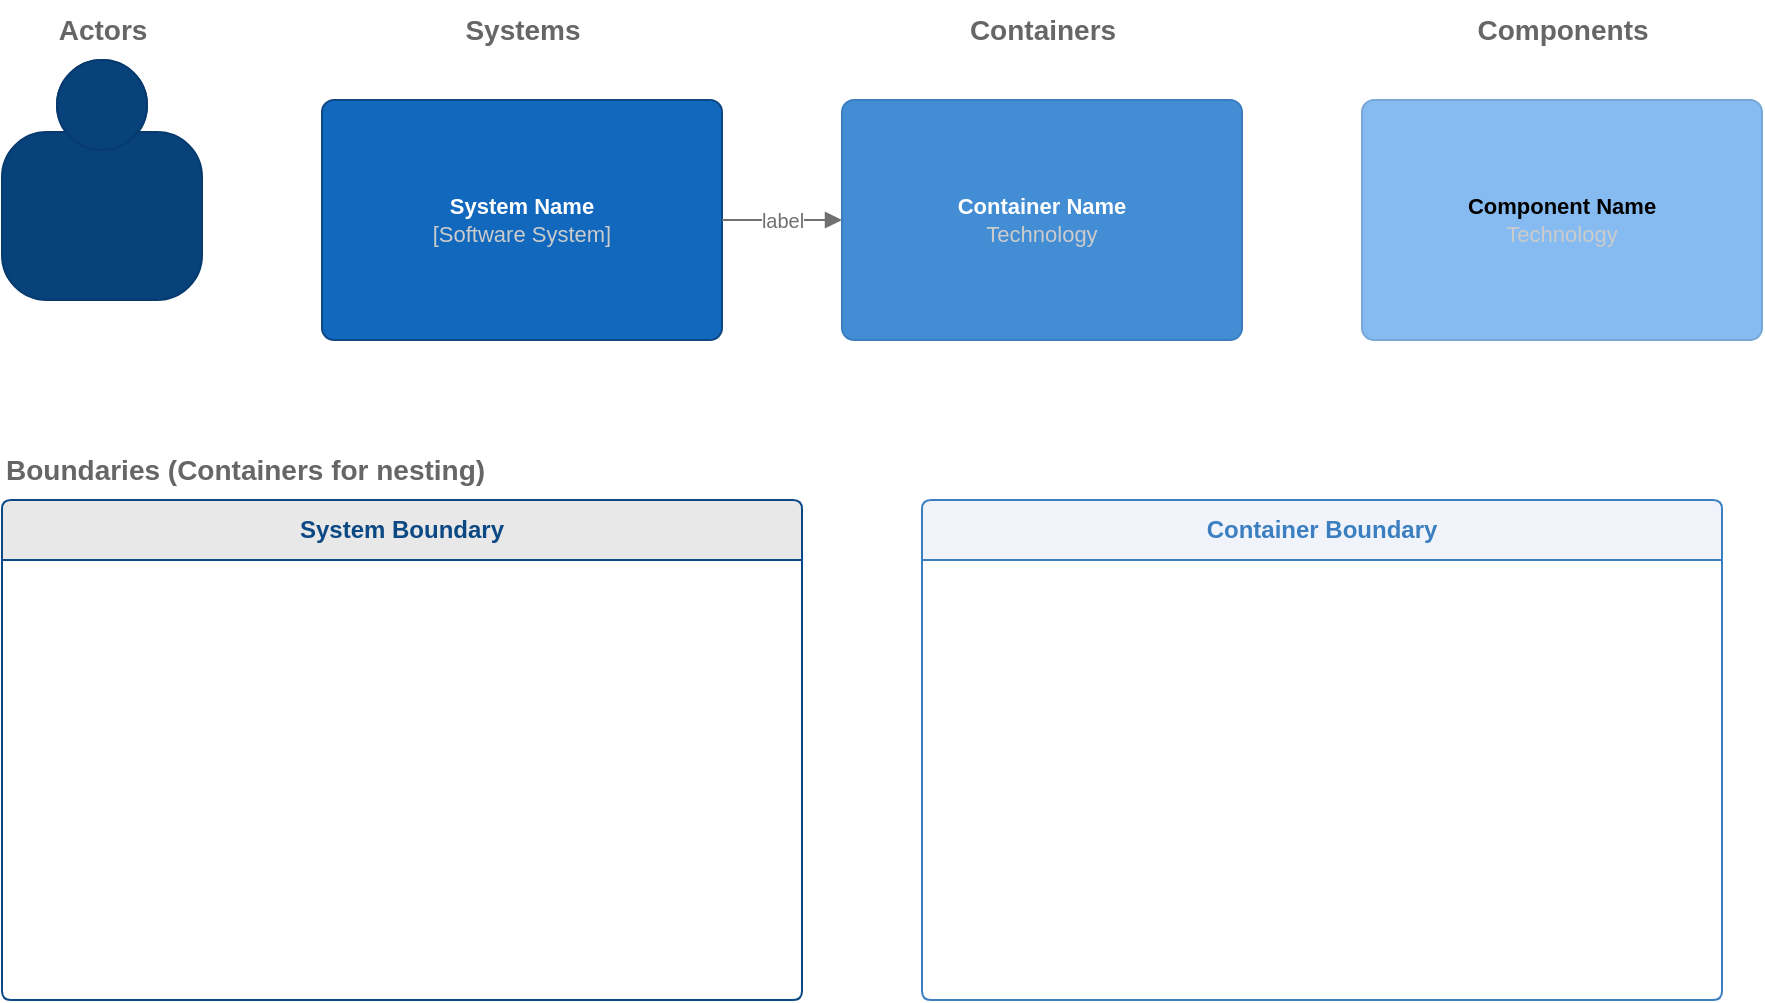
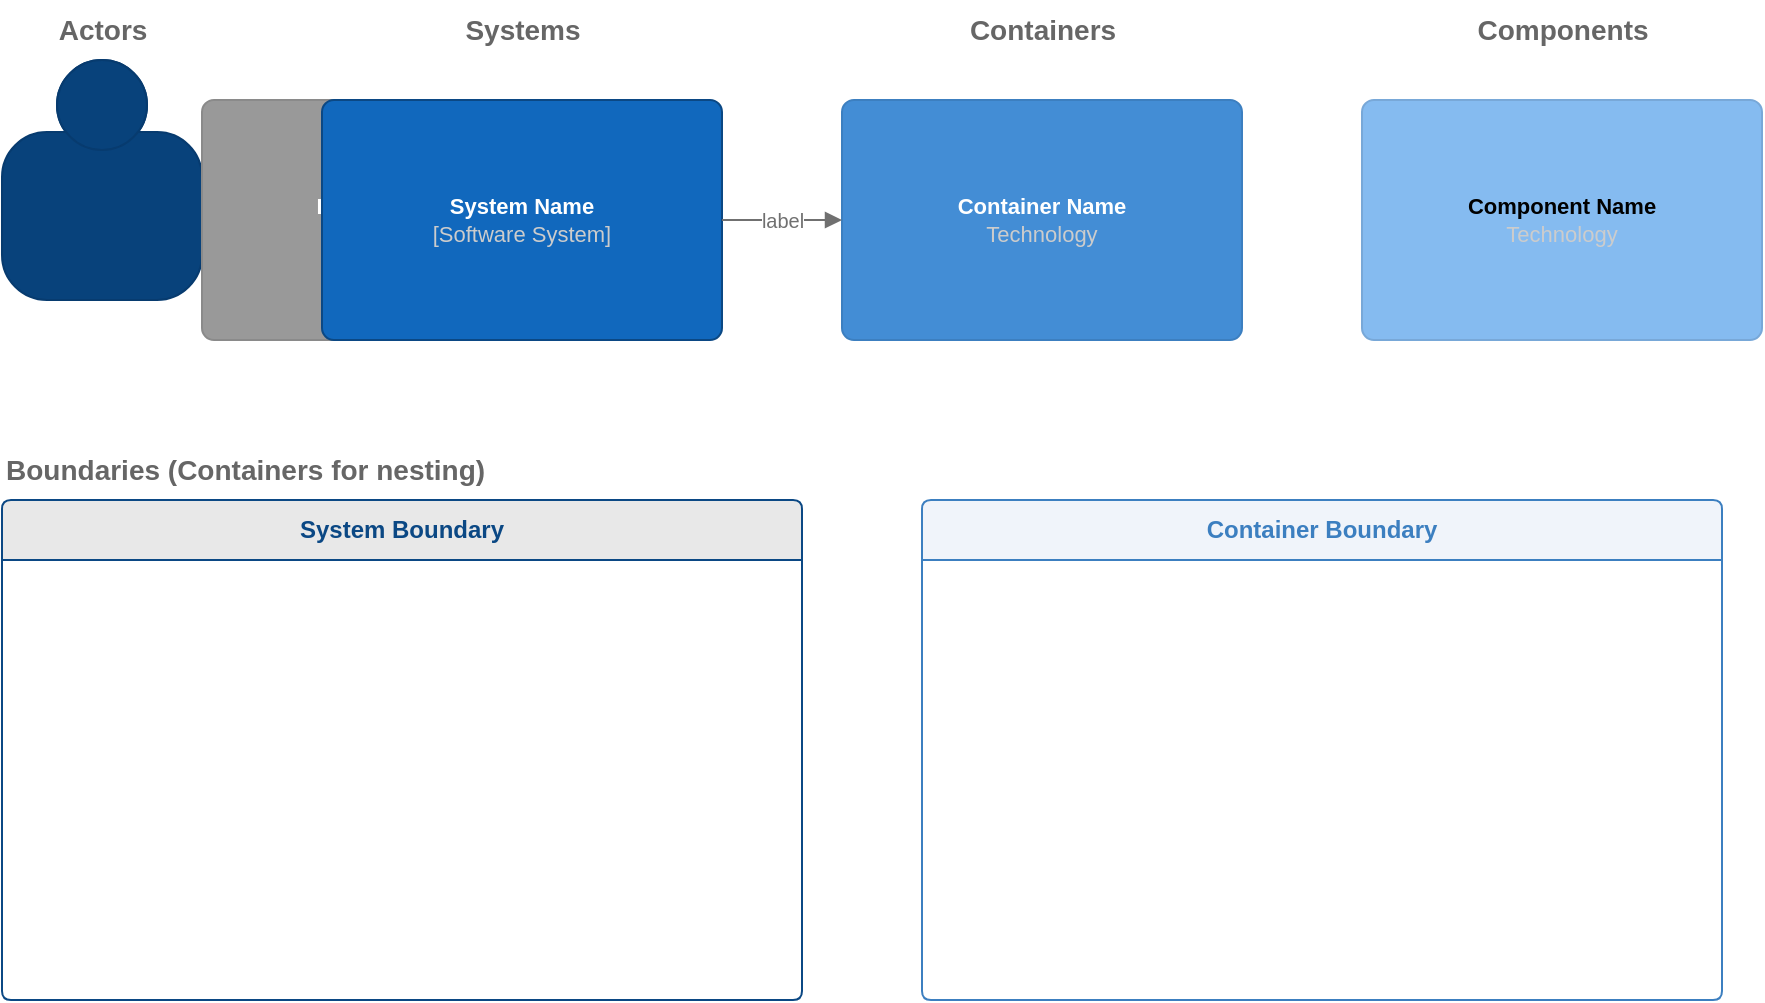
<?xml version="1.0" encoding="UTF-8"?>
<mxfile host="bausteinsicht" compressed="false" version="1.0.0">
  <diagram id="template" name="Bausteinsicht Template">
    <mxGraphModel dx="1422" dy="794" grid="1" gridSize="10" guides="1" connect="1" arrows="1" fold="1" page="1" pageScale="1" pageWidth="1169" pageHeight="827" background="#ffffff">
      <root>
        <mxCell id="0" />
        <mxCell id="1" parent="0" />

        <!-- ============================================ -->
        <!-- ELEMENT TEMPLATES                            -->
        <!-- Each template element is identified by the   -->
        <!-- bausteinsicht_template attribute.             -->
        <!-- The style, width, and height are copied to   -->
        <!-- new elements of that kind during sync.       -->
        <!-- ============================================ -->

        <!-- ACTOR template -->
        <object label="&lt;b&gt;Actor Name&lt;/b&gt;"
                id="template-actor"
                bausteinsicht_template="actor">
          <mxCell style="shape=mxgraph.c4.person2;whiteSpace=wrap;html=1;align=center;verticalAlign=top;verticalLabelPosition=bottom;fillColor=#08427B;fontColor=#ffffff;strokeColor=#073B6F;fontSize=11;" vertex="1" parent="1">
            <mxGeometry x="40" y="40" width="100" height="120" as="geometry" />
+           </mxCell>
+         </object>
+ 
+         <!-- EXTERNAL SYSTEM template -->
+         <object label="&lt;b&gt;External System&lt;/b&gt;&lt;br&gt;&lt;font color=&quot;#cccccc&quot;&gt;[External]&lt;/font&gt;"
+                 id="template-external_system"
+                 bausteinsicht_template="external_system">
+           <mxCell style="rounded=1;whiteSpace=wrap;html=1;fillColor=#999999;fontColor=#ffffff;strokeColor=#8A8A8A;arcSize=5;fontSize=11;align=center;verticalAlign=middle;" vertex="1" parent="1">
+             <mxGeometry x="140" y="60" width="200" height="120" as="geometry" />
          </mxCell>
        </object>

        <!-- SYSTEM template -->
        <object label="&lt;b&gt;System Name&lt;/b&gt;&lt;br&gt;&lt;font color=&quot;#cccccc&quot;&gt;[Software System]&lt;/font&gt;"
                id="template-system"
                bausteinsicht_template="system">
          <mxCell style="rounded=1;whiteSpace=wrap;html=1;fillColor=#1168BD;fontColor=#ffffff;strokeColor=#0B4884;arcSize=5;fontSize=11;align=center;verticalAlign=middle;" vertex="1" parent="1">
            <mxGeometry x="200" y="60" width="200" height="120" as="geometry" />
          </mxCell>
        </object>

        <!-- CONTAINER template -->
        <object label="&lt;b&gt;Container Name&lt;/b&gt;&lt;br&gt;&lt;font color=&quot;#cccccc&quot;&gt;Technology&lt;/font&gt;"
                id="template-container"
                bausteinsicht_template="container">
          <mxCell style="rounded=1;whiteSpace=wrap;html=1;fillColor=#438DD5;fontColor=#ffffff;strokeColor=#3C7FC0;arcSize=5;fontSize=11;align=center;verticalAlign=middle;" vertex="1" parent="1">
            <mxGeometry x="460" y="60" width="200" height="120" as="geometry" />
          </mxCell>
        </object>

        <!-- COMPONENT template -->
        <object label="&lt;b&gt;Component Name&lt;/b&gt;&lt;br&gt;&lt;font color=&quot;#cccccc&quot;&gt;Technology&lt;/font&gt;"
                id="template-component"
                bausteinsicht_template="component">
          <mxCell style="rounded=1;whiteSpace=wrap;html=1;fillColor=#85BBF0;fontColor=#000000;strokeColor=#78A8D8;arcSize=5;fontSize=11;align=center;verticalAlign=middle;" vertex="1" parent="1">
            <mxGeometry x="720" y="60" width="200" height="120" as="geometry" />
          </mxCell>
        </object>

        <!-- ============================================ -->
        <!-- CONTAINER BOUNDARY TEMPLATES                 -->
        <!-- Used when an element acts as a container     -->
        <!-- (swimlane) holding child elements.           -->
        <!-- ============================================ -->

        <!-- SYSTEM BOUNDARY template (swimlane) -->
        <object label="System Boundary"
                id="template-system-boundary"
                bausteinsicht_template="system_boundary">
          <mxCell style="swimlane;startSize=30;fillColor=#E8E8E8;strokeColor=#0B4884;fontColor=#0B4884;fontStyle=1;rounded=1;arcSize=5;whiteSpace=wrap;html=1;container=1;collapsible=0;fontSize=12;" vertex="1" parent="1">
            <mxGeometry x="40" y="260" width="400" height="250" as="geometry" />
          </mxCell>
        </object>

        <!-- CONTAINER BOUNDARY template (swimlane) -->
        <object label="Container Boundary"
                id="template-container-boundary"
                bausteinsicht_template="container_boundary">
          <mxCell style="swimlane;startSize=30;fillColor=#F0F4FA;strokeColor=#3C7FC0;fontColor=#3C7FC0;fontStyle=1;rounded=1;arcSize=5;whiteSpace=wrap;html=1;container=1;collapsible=0;fontSize=12;" vertex="1" parent="1">
            <mxGeometry x="500" y="260" width="400" height="250" as="geometry" />
          </mxCell>
        </object>

        <!-- ============================================ -->
        <!-- RELATIONSHIP TEMPLATE                        -->
        <!-- Defines the default connector style.         -->
        <!-- ============================================ -->

        <!-- Relationship connector template -->
        <mxCell id="template-relationship"
                bausteinsicht_template="relationship"
                value="label"
                style="edgeStyle=orthogonalEdgeStyle;rounded=1;orthogonalLoop=1;jettySize=auto;html=1;endArrow=block;endFill=1;strokeColor=#707070;fontColor=#707070;fontSize=10;"
                edge="1"
                source="template-system"
                target="template-container"
                parent="1">
          <mxGeometry relative="1" as="geometry" />
        </mxCell>

        <!-- ============================================ -->
        <!-- LABELS                                       -->
        <!-- ============================================ -->

        <mxCell id="label-actors" value="Actors" style="text;html=1;fontSize=14;fontStyle=1;fillColor=none;strokeColor=none;fontColor=#666666;align=center;" vertex="1" parent="1">
          <mxGeometry x="40" y="10" width="100" height="20" as="geometry" />
        </mxCell>

        <mxCell id="label-systems" value="Systems" style="text;html=1;fontSize=14;fontStyle=1;fillColor=none;strokeColor=none;fontColor=#666666;align=center;" vertex="1" parent="1">
          <mxGeometry x="240" y="10" width="120" height="20" as="geometry" />
        </mxCell>

        <mxCell id="label-containers" value="Containers" style="text;html=1;fontSize=14;fontStyle=1;fillColor=none;strokeColor=none;fontColor=#666666;align=center;" vertex="1" parent="1">
          <mxGeometry x="500" y="10" width="120" height="20" as="geometry" />
        </mxCell>

        <mxCell id="label-components" value="Components" style="text;html=1;fontSize=14;fontStyle=1;fillColor=none;strokeColor=none;fontColor=#666666;align=center;" vertex="1" parent="1">
          <mxGeometry x="760" y="10" width="120" height="20" as="geometry" />
        </mxCell>

        <mxCell id="label-boundaries" value="Boundaries (Containers for nesting)" style="text;html=1;fontSize=14;fontStyle=1;fillColor=none;strokeColor=none;fontColor=#666666;align=left;" vertex="1" parent="1">
          <mxGeometry x="40" y="230" width="300" height="20" as="geometry" />
        </mxCell>

      </root>
    </mxGraphModel>
  </diagram>
</mxfile>
